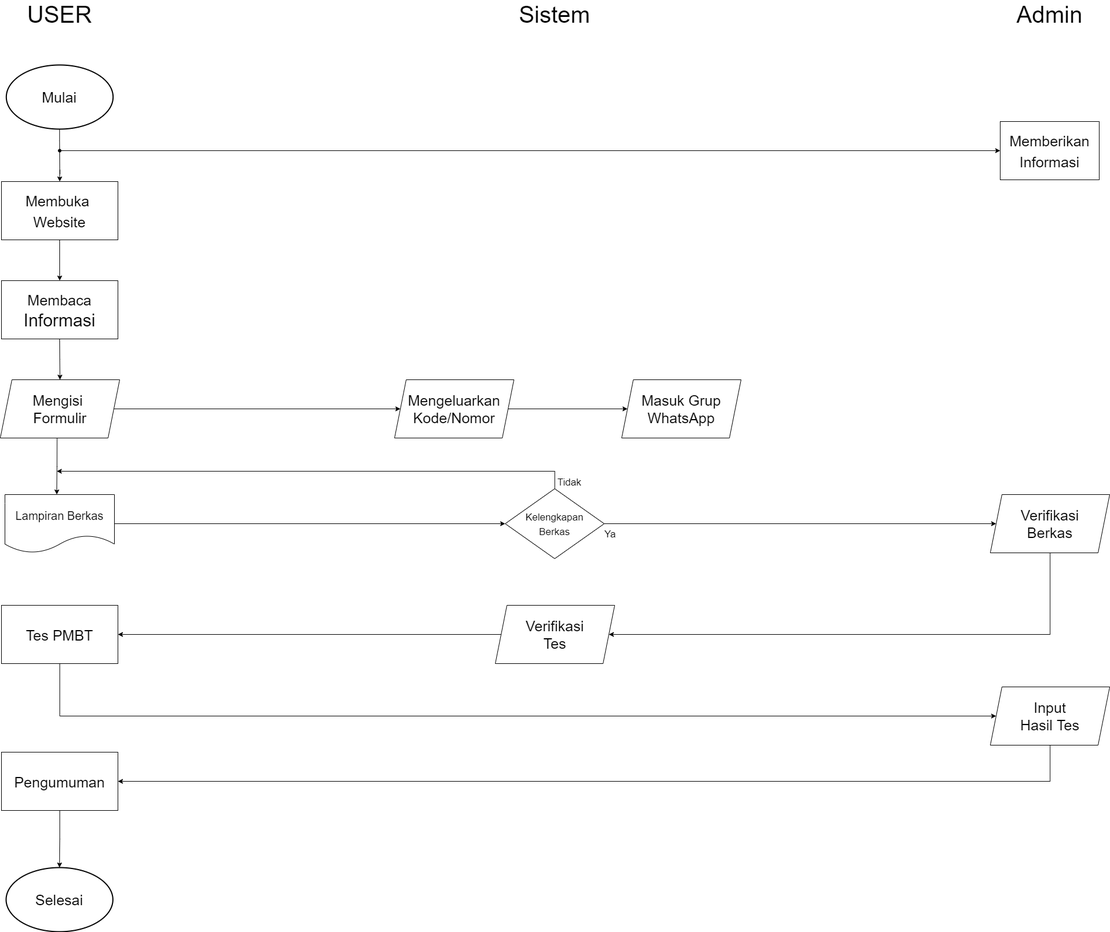
Above: Flowchart.drawio.png in alfajri15/Flowchart (draw.io), before the change. Source tidied: cells renumbered, new cells last; positions are measured from the earlier drawing's top-left corner, leaving out a move shared by most shapes. Its diagram source:
```xml
<mxGraphModel>
  <root>
    <mxCell id="0" />
    <mxCell id="1" parent="0" />
    <mxCell id="2" style="edgeStyle=orthogonalEdgeStyle;rounded=0;jettySize=auto;html=1;entryX=0.5;entryY=0;entryDx=0;entryDy=0;fontSize=25;startArrow=none;" parent="1" edge="1" source="14" target="6">
      <mxGeometry relative="1" as="geometry" />
    </mxCell>
    <mxCell id="3" value="&lt;font style=&quot;font-size: 25px;&quot;&gt;Mulai&lt;/font&gt;" style="strokeWidth=2;html=1;shape=mxgraph.flowchart.start_1;whiteSpace=wrap;" parent="1" vertex="1">
      <mxGeometry x="10.3" y="102" width="183.3" height="110" as="geometry" />
    </mxCell>
    <mxCell id="4" value="&lt;font style=&quot;font-size: 40px;&quot;&gt;USER&lt;/font&gt;" style="text;html=1;strokeColor=none;fillColor=none;align=center;verticalAlign=middle;whiteSpace=wrap;rounded=0;" parent="1" vertex="1">
      <mxGeometry x="72" width="60" height="30" as="geometry" />
    </mxCell>
    <mxCell id="5" style="edgeStyle=orthogonalEdgeStyle;rounded=0;jettySize=auto;html=1;exitX=0.5;exitY=1;exitDx=0;exitDy=0;entryX=0.5;entryY=0;entryDx=0;entryDy=0;fontSize=25;" parent="1" edge="1" source="6" target="8">
      <mxGeometry relative="1" as="geometry" />
    </mxCell>
    <mxCell id="6" value="&lt;font style=&quot;font-size: 25px;&quot;&gt;Membuka &lt;br&gt;Website&lt;/font&gt;" style="rounded=0;whiteSpace=wrap;html=1;fontSize=30;" parent="1" vertex="1">
      <mxGeometry x="2" y="302" width="200" height="100" as="geometry" />
    </mxCell>
    <mxCell id="7" style="edgeStyle=orthogonalEdgeStyle;rounded=0;jettySize=auto;html=1;exitX=0.5;exitY=1;exitDx=0;exitDy=0;entryX=0.5;entryY=0;entryDx=0;entryDy=0;fontSize=25;" parent="1" edge="1" source="8" target="11">
      <mxGeometry relative="1" as="geometry" />
    </mxCell>
    <mxCell id="8" value="&lt;span style=&quot;font-size: 25px;&quot;&gt;Membaca&lt;br&gt;&lt;/span&gt;Informasi" style="rounded=0;whiteSpace=wrap;html=1;fontSize=30;" parent="1" vertex="1">
      <mxGeometry x="2" y="472" width="200" height="100" as="geometry" />
    </mxCell>
    <mxCell id="9" style="edgeStyle=orthogonalEdgeStyle;rounded=0;jettySize=auto;html=1;entryX=0;entryY=0.5;entryDx=0;entryDy=0;fontSize=25;" parent="1" edge="1" source="11" target="19">
      <mxGeometry relative="1" as="geometry" />
    </mxCell>
    <mxCell id="10" style="edgeStyle=orthogonalEdgeStyle;rounded=0;orthogonalLoop=1;jettySize=auto;html=1;entryX=0.5;entryY=0;entryDx=0;entryDy=0;fontSize=17;" parent="1" edge="1">
      <mxGeometry relative="1" as="geometry">
        <mxPoint x="97.5" y="742" as="sourcePoint" />
        <mxPoint x="97" y="839" as="targetPoint" />
        <Array as="points">
          <mxPoint x="98" y="791" />
          <mxPoint x="97" y="791" />
        </Array>
      </mxGeometry>
    </mxCell>
    <mxCell id="11" value="Mengisi &lt;br&gt;Formulir" style="shape=parallelogram;perimeter=parallelogramPerimeter;whiteSpace=wrap;html=1;fixedSize=1;fontSize=25;" parent="1" vertex="1">
      <mxGeometry y="642" width="205" height="100" as="geometry" />
    </mxCell>
    <mxCell id="12" style="edgeStyle=orthogonalEdgeStyle;rounded=0;jettySize=auto;html=1;fontSize=40;exitX=0.6;exitY=0.625;exitDx=0;exitDy=0;exitPerimeter=0;entryX=0;entryY=0.5;entryDx=0;entryDy=0;" parent="1" edge="1" source="14" target="13">
      <mxGeometry relative="1" as="geometry" />
    </mxCell>
    <mxCell id="13" value="&lt;span style=&quot;font-size: 25px;&quot;&gt;Memberikan&lt;br&gt;Informasi&lt;br&gt;&lt;/span&gt;" style="rounded=0;whiteSpace=wrap;html=1;fontSize=30;" parent="1" vertex="1">
      <mxGeometry x="1717" y="199" width="170" height="100" as="geometry" />
    </mxCell>
    <mxCell id="14" style="shape=waypoint;sketch=0;size=6;points=[];fillColor=default;perimeter=centerPerimeter;snapToPoint=1;fontSize=30;rounded=0;" parent="1" vertex="1">
      <mxGeometry x="82" y="229" width="40" height="40" as="geometry" />
    </mxCell>
    <mxCell id="15" style="edgeStyle=orthogonalEdgeStyle;rounded=0;jettySize=auto;html=1;entryDx=0;entryDy=0;fontSize=25;endArrow=none;" parent="1" edge="1" source="3" target="14">
      <mxGeometry relative="1" as="geometry" />
    </mxCell>
    <mxCell id="16" value="&lt;font style=&quot;font-size: 40px;&quot;&gt;Sistem&lt;/font&gt;" style="text;html=1;strokeColor=none;fillColor=none;align=center;verticalAlign=middle;whiteSpace=wrap;rounded=0;" parent="1" vertex="1">
      <mxGeometry x="922" width="60" height="30" as="geometry" />
    </mxCell>
    <mxCell id="17" value="&lt;font style=&quot;font-size: 40px;&quot;&gt;Admin&lt;br&gt;&lt;/font&gt;" style="text;html=1;strokeColor=none;fillColor=none;align=center;verticalAlign=middle;whiteSpace=wrap;rounded=0;" parent="1" vertex="1">
      <mxGeometry x="1772" width="60" height="30" as="geometry" />
    </mxCell>
    <mxCell id="18" style="edgeStyle=orthogonalEdgeStyle;rounded=0;jettySize=auto;html=1;entryX=0;entryY=0.5;entryDx=0;entryDy=0;fontSize=25;" parent="1" edge="1" source="19" target="20">
      <mxGeometry relative="1" as="geometry" />
    </mxCell>
    <mxCell id="19" value="Mengeluarkan Kode/Nomor" style="shape=parallelogram;perimeter=parallelogramPerimeter;whiteSpace=wrap;html=1;fixedSize=1;fontSize=25;" parent="1" vertex="1">
      <mxGeometry x="677" y="642" width="205" height="100" as="geometry" />
    </mxCell>
    <mxCell id="20" value="Masuk Grup WhatsApp" style="shape=parallelogram;perimeter=parallelogramPerimeter;whiteSpace=wrap;html=1;fixedSize=1;fontSize=25;" parent="1" vertex="1">
      <mxGeometry x="1067" y="642" width="205" height="100" as="geometry" />
    </mxCell>
    <mxCell id="21" style="edgeStyle=orthogonalEdgeStyle;rounded=0;jettySize=auto;html=1;fontSize=17;entryX=0;entryY=0.5;entryDx=0;entryDy=0;" parent="1" edge="1" source="22" target="25">
      <mxGeometry relative="1" as="geometry" />
    </mxCell>
    <mxCell id="22" value="&lt;font style=&quot;font-size: 20px;&quot;&gt;Lampiran Berkas&lt;/font&gt;" style="shape=document;whiteSpace=wrap;html=1;boundedLbl=1;fontSize=25;" parent="1" vertex="1">
      <mxGeometry x="8" y="839" width="188" height="100" as="geometry" />
    </mxCell>
    <mxCell id="23" style="edgeStyle=orthogonalEdgeStyle;rounded=0;jettySize=auto;html=1;fontSize=17;" parent="1" edge="1" source="25" target="28">
      <mxGeometry relative="1" as="geometry" />
    </mxCell>
    <mxCell id="24" style="edgeStyle=orthogonalEdgeStyle;rounded=0;jettySize=auto;html=1;fontSize=17;" parent="1" edge="1" source="25">
      <mxGeometry relative="1" as="geometry">
        <mxPoint x="97" y="799" as="targetPoint" />
        <Array as="points">
          <mxPoint x="952" y="799" />
        </Array>
      </mxGeometry>
    </mxCell>
    <mxCell id="25" value="&lt;font style=&quot;font-size: 17px;&quot;&gt;Kelengkapan&lt;br&gt;Berkas&lt;/font&gt;" style="rhombus;whiteSpace=wrap;html=1;fontSize=20;" parent="1" vertex="1">
      <mxGeometry x="867" y="829" width="170" height="120" as="geometry" />
    </mxCell>
    <mxCell id="26" value="Tidak" style="text;html=1;align=center;verticalAlign=middle;strokeColor=none;fillColor=none;fontSize=17;" parent="1" vertex="1">
      <mxGeometry x="947" y="804" width="60" height="30" as="geometry" />
    </mxCell>
    <mxCell id="27" style="edgeStyle=orthogonalEdgeStyle;rounded=0;jettySize=auto;html=1;fontSize=17;entryX=1;entryY=0.5;entryDx=0;entryDy=0;" parent="1" edge="1" source="28" target="30">
      <mxGeometry relative="1" as="geometry">
        <Array as="points">
          <mxPoint x="1803" y="1079" />
        </Array>
      </mxGeometry>
    </mxCell>
    <mxCell id="28" value="Verifikasi&lt;br&gt;Berkas" style="shape=parallelogram;perimeter=parallelogramPerimeter;whiteSpace=wrap;html=1;fixedSize=1;fontSize=25;" parent="1" vertex="1">
      <mxGeometry x="1700" y="839" width="205" height="100" as="geometry" />
    </mxCell>
    <mxCell id="29" style="edgeStyle=orthogonalEdgeStyle;rounded=0;jettySize=auto;html=1;entryX=1;entryY=0.5;entryDx=0;entryDy=0;fontSize=17;" parent="1" edge="1" source="30" target="32">
      <mxGeometry relative="1" as="geometry" />
    </mxCell>
    <mxCell id="30" value="Verifikasi&lt;br&gt;Tes" style="shape=parallelogram;perimeter=parallelogramPerimeter;whiteSpace=wrap;html=1;fixedSize=1;fontSize=25;" parent="1" vertex="1">
      <mxGeometry x="850" y="1029" width="205" height="100" as="geometry" />
    </mxCell>
    <mxCell id="31" style="edgeStyle=orthogonalEdgeStyle;rounded=0;jettySize=auto;html=1;fontSize=17;entryX=0;entryY=0.5;entryDx=0;entryDy=0;" parent="1" edge="1" source="32" target="34">
      <mxGeometry relative="1" as="geometry">
        <Array as="points">
          <mxPoint x="102" y="1219" />
        </Array>
      </mxGeometry>
    </mxCell>
    <mxCell id="32" value="&lt;span style=&quot;font-size: 25px;&quot;&gt;Tes PMBT&lt;/span&gt;" style="rounded=0;whiteSpace=wrap;html=1;fontSize=30;" parent="1" vertex="1">
      <mxGeometry x="2" y="1029" width="200" height="100" as="geometry" />
    </mxCell>
    <mxCell id="33" style="edgeStyle=orthogonalEdgeStyle;rounded=0;jettySize=auto;html=1;fontSize=17;entryX=1;entryY=0.5;entryDx=0;entryDy=0;" parent="1" edge="1" source="34" target="36">
      <mxGeometry relative="1" as="geometry">
        <Array as="points">
          <mxPoint x="1803" y="1331" />
        </Array>
      </mxGeometry>
    </mxCell>
    <mxCell id="34" value="Input&lt;br&gt;Hasil Tes" style="shape=parallelogram;perimeter=parallelogramPerimeter;whiteSpace=wrap;html=1;fixedSize=1;fontSize=25;" parent="1" vertex="1">
      <mxGeometry x="1700" y="1169" width="205" height="100" as="geometry" />
    </mxCell>
    <mxCell id="35" style="edgeStyle=orthogonalEdgeStyle;rounded=0;jettySize=auto;html=1;entryX=0.5;entryY=0;entryDx=0;entryDy=0;entryPerimeter=0;fontSize=17;" parent="1" edge="1" source="36" target="37">
      <mxGeometry relative="1" as="geometry" />
    </mxCell>
    <mxCell id="36" value="&lt;span style=&quot;font-size: 25px;&quot;&gt;Pengumuman&lt;/span&gt;" style="rounded=0;whiteSpace=wrap;html=1;fontSize=30;" parent="1" vertex="1">
      <mxGeometry x="2" y="1281" width="200" height="100" as="geometry" />
    </mxCell>
    <mxCell id="37" value="&lt;font style=&quot;font-size: 25px;&quot;&gt;Selesai&lt;/font&gt;" style="strokeWidth=2;html=1;shape=mxgraph.flowchart.start_1;whiteSpace=wrap;" parent="1" vertex="1">
      <mxGeometry x="10" y="1479" width="183.3" height="110" as="geometry" />
    </mxCell>
    <mxCell id="38" value="Ya" style="text;html=1;align=center;verticalAlign=middle;strokeColor=none;fillColor=none;fontSize=17;" parent="1" vertex="1">
      <mxGeometry x="1027" y="893" width="40" height="30" as="geometry" />
    </mxCell>
  </root>
</mxGraphModel>
```
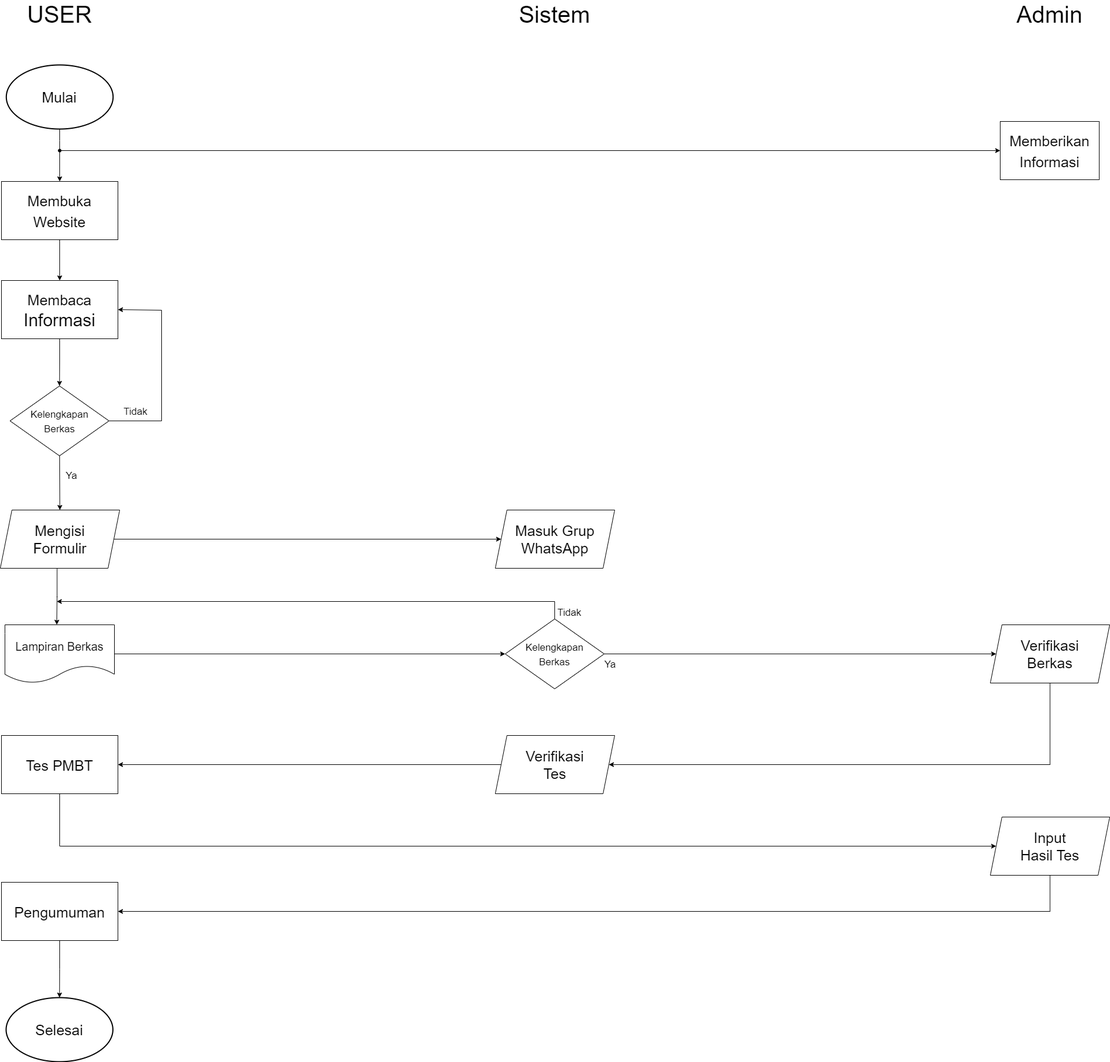
The same diagram one commit later.

Diff of the diagram source:
```diff
@@ -6,24 +6,24 @@
       <mxGeometry relative="1" as="geometry" />
     </mxCell>
     <mxCell id="3" value="&lt;font style=&quot;font-size: 25px;&quot;&gt;Mulai&lt;/font&gt;" style="strokeWidth=2;html=1;shape=mxgraph.flowchart.start_1;whiteSpace=wrap;" parent="1" vertex="1">
-      <mxGeometry x="10.3" y="102" width="183.3" height="110" as="geometry" />
+      <mxGeometry x="10.3" y="-122" width="183.3" height="110" as="geometry" />
     </mxCell>
     <mxCell id="4" value="&lt;font style=&quot;font-size: 40px;&quot;&gt;USER&lt;/font&gt;" style="text;html=1;strokeColor=none;fillColor=none;align=center;verticalAlign=middle;whiteSpace=wrap;rounded=0;" parent="1" vertex="1">
-      <mxGeometry x="72" width="60" height="30" as="geometry" />
+      <mxGeometry x="72" y="-224" width="60" height="30" as="geometry" />
     </mxCell>
     <mxCell id="5" style="edgeStyle=orthogonalEdgeStyle;rounded=0;jettySize=auto;html=1;exitX=0.5;exitY=1;exitDx=0;exitDy=0;entryX=0.5;entryY=0;entryDx=0;entryDy=0;fontSize=25;" parent="1" edge="1" source="6" target="8">
       <mxGeometry relative="1" as="geometry" />
     </mxCell>
     <mxCell id="6" value="&lt;font style=&quot;font-size: 25px;&quot;&gt;Membuka &lt;br&gt;Website&lt;/font&gt;" style="rounded=0;whiteSpace=wrap;html=1;fontSize=30;" parent="1" vertex="1">
-      <mxGeometry x="2" y="302" width="200" height="100" as="geometry" />
+      <mxGeometry x="2" y="78" width="200" height="100" as="geometry" />
     </mxCell>
-    <mxCell id="7" style="edgeStyle=orthogonalEdgeStyle;rounded=0;jettySize=auto;html=1;exitX=0.5;exitY=1;exitDx=0;exitDy=0;entryX=0.5;entryY=0;entryDx=0;entryDy=0;fontSize=25;" parent="1" edge="1" source="8" target="11">
+    <mxCell id="7" style="edgeStyle=orthogonalEdgeStyle;rounded=0;jettySize=auto;html=1;exitX=0.5;exitY=1;exitDx=0;exitDy=0;fontSize=25;entryX=0.5;entryY=0;entryDx=0;entryDy=0;" parent="1" edge="1" source="8" target="39">
       <mxGeometry relative="1" as="geometry" />
     </mxCell>
     <mxCell id="8" value="&lt;span style=&quot;font-size: 25px;&quot;&gt;Membaca&lt;br&gt;&lt;/span&gt;Informasi" style="rounded=0;whiteSpace=wrap;html=1;fontSize=30;" parent="1" vertex="1">
-      <mxGeometry x="2" y="472" width="200" height="100" as="geometry" />
+      <mxGeometry x="2" y="248" width="200" height="100" as="geometry" />
     </mxCell>
-    <mxCell id="9" style="edgeStyle=orthogonalEdgeStyle;rounded=0;jettySize=auto;html=1;entryX=0;entryY=0.5;entryDx=0;entryDy=0;fontSize=25;" parent="1" edge="1" source="11" target="19">
+    <mxCell id="9" style="edgeStyle=orthogonalEdgeStyle;rounded=0;jettySize=auto;html=1;entryX=0;entryY=0.5;entryDx=0;entryDy=0;fontSize=25;" parent="1" edge="1" source="11" target="20">
       <mxGeometry relative="1" as="geometry" />
     </mxCell>
     <mxCell id="10" style="edgeStyle=orthogonalEdgeStyle;rounded=0;orthogonalLoop=1;jettySize=auto;html=1;entryX=0.5;entryY=0;entryDx=0;entryDy=0;fontSize=17;" parent="1" edge="1">
@@ -43,28 +43,22 @@
       <mxGeometry relative="1" as="geometry" />
     </mxCell>
     <mxCell id="13" value="&lt;span style=&quot;font-size: 25px;&quot;&gt;Memberikan&lt;br&gt;Informasi&lt;br&gt;&lt;/span&gt;" style="rounded=0;whiteSpace=wrap;html=1;fontSize=30;" parent="1" vertex="1">
-      <mxGeometry x="1717" y="199" width="170" height="100" as="geometry" />
+      <mxGeometry x="1717" y="-25" width="170" height="100" as="geometry" />
     </mxCell>
     <mxCell id="14" style="shape=waypoint;sketch=0;size=6;points=[];fillColor=default;perimeter=centerPerimeter;snapToPoint=1;fontSize=30;rounded=0;" parent="1" vertex="1">
-      <mxGeometry x="82" y="229" width="40" height="40" as="geometry" />
+      <mxGeometry x="82" y="5" width="40" height="40" as="geometry" />
     </mxCell>
     <mxCell id="15" style="edgeStyle=orthogonalEdgeStyle;rounded=0;jettySize=auto;html=1;entryDx=0;entryDy=0;fontSize=25;endArrow=none;" parent="1" edge="1" source="3" target="14">
       <mxGeometry relative="1" as="geometry" />
     </mxCell>
     <mxCell id="16" value="&lt;font style=&quot;font-size: 40px;&quot;&gt;Sistem&lt;/font&gt;" style="text;html=1;strokeColor=none;fillColor=none;align=center;verticalAlign=middle;whiteSpace=wrap;rounded=0;" parent="1" vertex="1">
-      <mxGeometry x="922" width="60" height="30" as="geometry" />
+      <mxGeometry x="922" y="-224" width="60" height="30" as="geometry" />
     </mxCell>
     <mxCell id="17" value="&lt;font style=&quot;font-size: 40px;&quot;&gt;Admin&lt;br&gt;&lt;/font&gt;" style="text;html=1;strokeColor=none;fillColor=none;align=center;verticalAlign=middle;whiteSpace=wrap;rounded=0;" parent="1" vertex="1">
-      <mxGeometry x="1772" width="60" height="30" as="geometry" />
+      <mxGeometry x="1772" y="-224" width="60" height="30" as="geometry" />
     </mxCell>
-    <mxCell id="18" style="edgeStyle=orthogonalEdgeStyle;rounded=0;jettySize=auto;html=1;entryX=0;entryY=0.5;entryDx=0;entryDy=0;fontSize=25;" parent="1" edge="1" source="19" target="20">
-      <mxGeometry relative="1" as="geometry" />
-    </mxCell>
-    <mxCell id="19" value="Mengeluarkan Kode/Nomor" style="shape=parallelogram;perimeter=parallelogramPerimeter;whiteSpace=wrap;html=1;fixedSize=1;fontSize=25;" parent="1" vertex="1">
-      <mxGeometry x="677" y="642" width="205" height="100" as="geometry" />
-    </mxCell>
     <mxCell id="20" value="Masuk Grup WhatsApp" style="shape=parallelogram;perimeter=parallelogramPerimeter;whiteSpace=wrap;html=1;fixedSize=1;fontSize=25;" parent="1" vertex="1">
-      <mxGeometry x="1067" y="642" width="205" height="100" as="geometry" />
+      <mxGeometry x="850" y="642" width="205" height="100" as="geometry" />
     </mxCell>
     <mxCell id="21" style="edgeStyle=orthogonalEdgeStyle;rounded=0;jettySize=auto;html=1;fontSize=17;entryX=0;entryY=0.5;entryDx=0;entryDy=0;" parent="1" edge="1" source="22" target="25">
       <mxGeometry relative="1" as="geometry" />
@@ -137,5 +131,25 @@
     <mxCell id="38" value="Ya" style="text;html=1;align=center;verticalAlign=middle;strokeColor=none;fillColor=none;fontSize=17;" parent="1" vertex="1">
       <mxGeometry x="1027" y="893" width="40" height="30" as="geometry" />
     </mxCell>
+    <mxCell id="39" value="&lt;font style=&quot;font-size: 17px;&quot;&gt;Kelengkapan&lt;br&gt;Berkas&lt;/font&gt;" style="rhombus;whiteSpace=wrap;html=1;fontSize=20;" parent="1" vertex="1">
+      <mxGeometry x="16.7" y="429" width="170" height="120" as="geometry" />
+    </mxCell>
+    <mxCell id="40" style="endArrow=classic;html=1;rounded=0;" parent="1" edge="1" source="39" target="11">
+      <mxGeometry relative="1" as="geometry" />
+    </mxCell>
+    <mxCell id="41" style="endArrow=classic;html=1;rounded=0;entryX=1;entryY=0.5;entryDx=0;entryDy=0;exitX=1;exitY=0.5;exitDx=0;exitDy=0;" parent="1" edge="1" source="39" target="8">
+      <mxGeometry relative="1" as="geometry">
+        <Array as="points">
+          <mxPoint x="277" y="489" />
+          <mxPoint x="277" y="299" />
+        </Array>
+      </mxGeometry>
+    </mxCell>
+    <mxCell id="42" value="Tidak" style="text;html=1;align=center;verticalAlign=middle;strokeColor=none;fillColor=none;fontSize=17;" parent="1" vertex="1">
+      <mxGeometry x="202" y="459" width="60" height="30" as="geometry" />
+    </mxCell>
+    <mxCell id="43" value="Ya" style="text;html=1;align=center;verticalAlign=middle;strokeColor=none;fillColor=none;fontSize=17;" parent="1" vertex="1">
+      <mxGeometry x="102" y="569" width="40" height="30" as="geometry" />
+    </mxCell>
   </root>
 </mxGraphModel>
```
